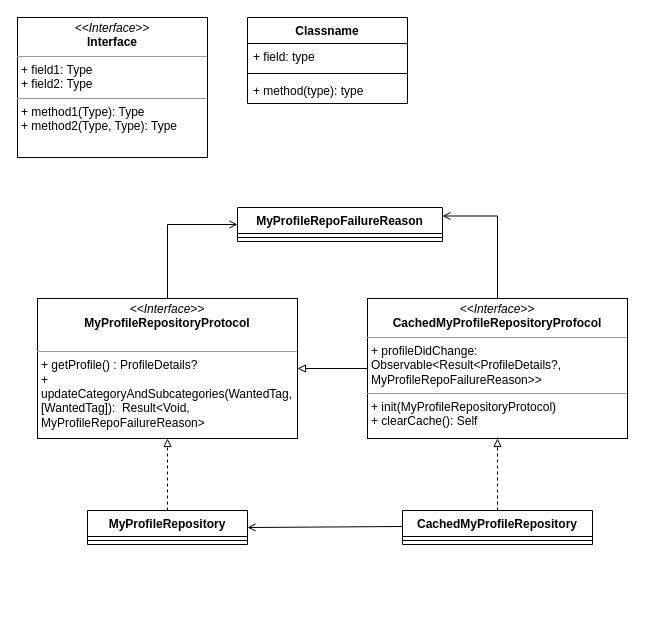
gookhee/diagrams keeps this draw.io diagram as page "MyProfileRepository" (2 of 2) of Untitled Diagram.drawio. Above is the earlier version. Source tidied: cells renumbered, new cells numbered last; positions are measured from the earlier drawing's top-left corner, leaving out a move shared by most shapes. Both pictures are drawn from the tidied source at 100%, with x=0, y=0 at pixel (17, 17).
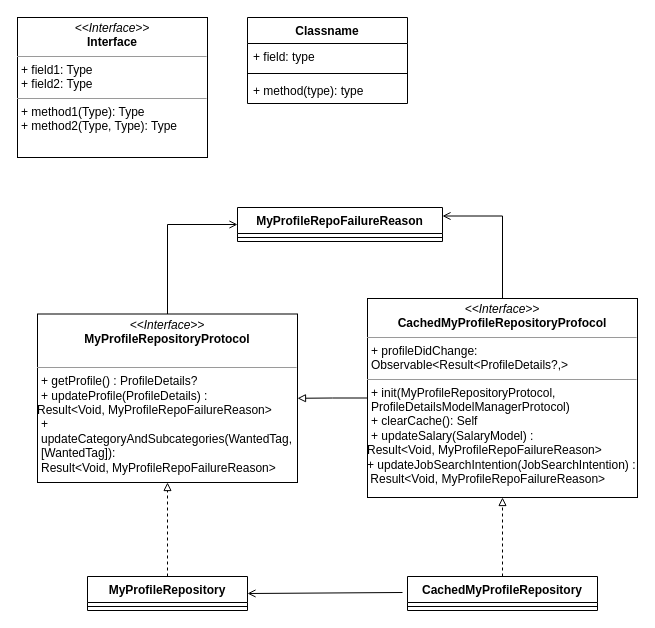
The same diagram, later.

What changed in the source:
```diff
@@
-    <mxCell id="8" value="&lt;p style=&quot;margin:0px;margin-top:4px;text-align:center;&quot;&gt;&lt;i&gt;&amp;lt;&amp;lt;Interface&amp;gt;&amp;gt;&lt;/i&gt;&lt;br&gt;&lt;b&gt;MyProfileRepositoryProtocol&lt;/b&gt;&lt;/p&gt;&lt;p style=&quot;margin:0px;margin-left:4px;&quot;&gt;&lt;br&gt;&lt;/p&gt;&lt;hr size=&quot;1&quot;&gt;&lt;p style=&quot;margin:0px;margin-left:4px;&quot;&gt;+ getProfile() : ProfileDetails?&lt;br&gt;+ updateCategoryAndSubcategories(WantedTag, [WantedTag]):&amp;nbsp; Result&amp;lt;Void, MyProfileRepoFailureReason&amp;gt;&lt;/p&gt;" style="verticalAlign=top;align=left;overflow=fill;fontSize=12;fontFamily=Helvetica;html=1;whiteSpace=wrap;" parent="1" vertex="1">
-      <mxGeometry x="20" y="281" width="260" height="140" as="geometry" />
+    <mxCell id="8" value="&lt;p style=&quot;margin:0px;margin-top:4px;text-align:center;&quot;&gt;&lt;i&gt;&amp;lt;&amp;lt;Interface&amp;gt;&amp;gt;&lt;/i&gt;&lt;br&gt;&lt;b&gt;MyProfileRepositoryProtocol&lt;/b&gt;&lt;/p&gt;&lt;p style=&quot;margin:0px;margin-left:4px;&quot;&gt;&lt;br&gt;&lt;/p&gt;&lt;hr size=&quot;1&quot;&gt;&lt;p style=&quot;margin:0px;margin-left:4px;&quot;&gt;+ getProfile() : ProfileDetails?&lt;/p&gt;&lt;p style=&quot;margin:0px;margin-left:4px;&quot;&gt;+ updateProfile(ProfileDetails) :&lt;/p&gt;Result&amp;lt;Void, MyProfileRepoFailureReason&amp;gt;&lt;br&gt;&lt;p style=&quot;margin:0px;margin-left:4px;&quot;&gt;+ updateCategoryAndSubcategories(WantedTag, [WantedTag]):&amp;nbsp;&amp;nbsp;&lt;/p&gt;&lt;p style=&quot;margin:0px;margin-left:4px;&quot;&gt;Result&amp;lt;Void, MyProfileRepoFailureReason&amp;gt;&lt;/p&gt;" style="verticalAlign=top;align=left;overflow=fill;fontSize=12;fontFamily=Helvetica;html=1;whiteSpace=wrap;" parent="1" vertex="1">
+      <mxGeometry x="20" y="296.5" width="260" height="168.5" as="geometry" />
     </mxCell>
@@
-    <mxCell id="11" value="&lt;p style=&quot;margin:0px;margin-top:4px;text-align:center;&quot;&gt;&lt;i&gt;&amp;lt;&amp;lt;Interface&amp;gt;&amp;gt;&lt;/i&gt;&lt;br&gt;&lt;b&gt;CachedMyProfileRepositoryProfocol&lt;/b&gt;&lt;/p&gt;&lt;hr size=&quot;1&quot;&gt;&lt;p style=&quot;margin:0px;margin-left:4px;&quot;&gt;+ profileDidChange: Observable&amp;lt;Result&amp;lt;ProfileDetails?, MyProfileRepoFailureReason&amp;gt;&amp;gt;&lt;br&gt;&lt;/p&gt;&lt;hr size=&quot;1&quot;&gt;&lt;p style=&quot;margin:0px;margin-left:4px;&quot;&gt;+ init(MyProfileRepositoryProtocol)&lt;br&gt;+ clearCache(): Self&lt;/p&gt;" style="verticalAlign=top;align=left;overflow=fill;fontSize=12;fontFamily=Helvetica;html=1;whiteSpace=wrap;" parent="1" vertex="1">
-      <mxGeometry x="350" y="281" width="260" height="140" as="geometry" />
+    <mxCell id="11" value="&lt;p style=&quot;margin:0px;margin-top:4px;text-align:center;&quot;&gt;&lt;i&gt;&amp;lt;&amp;lt;Interface&amp;gt;&amp;gt;&lt;/i&gt;&lt;br&gt;&lt;b&gt;CachedMyProfileRepositoryProfocol&lt;/b&gt;&lt;/p&gt;&lt;hr size=&quot;1&quot;&gt;&lt;p style=&quot;margin:0px;margin-left:4px;&quot;&gt;+ profileDidChange: Observable&amp;lt;Result&amp;lt;ProfileDetails?,&amp;gt;&lt;br&gt;&lt;/p&gt;&lt;hr size=&quot;1&quot;&gt;&lt;p style=&quot;margin:0px;margin-left:4px;&quot;&gt;+ init(MyProfileRepositoryProtocol,&lt;/p&gt;&lt;p style=&quot;margin:0px;margin-left:4px;&quot;&gt;ProfileDetailsModelManagerProtocol)&lt;br&gt;+ clearCache(): Self&lt;/p&gt;&lt;p style=&quot;margin:0px;margin-left:4px;&quot;&gt;+&amp;nbsp;updateSalary(SalaryModel) :&lt;/p&gt;Result&amp;lt;Void, MyProfileRepoFailureReason&amp;gt;&lt;br&gt;+&amp;nbsp;updateJobSearchIntention(JobSearchIntention) :&lt;br&gt;&amp;nbsp;Result&amp;lt;Void, MyProfileRepoFailureReason&amp;gt;" style="verticalAlign=top;align=left;overflow=fill;fontSize=12;fontFamily=Helvetica;html=1;whiteSpace=wrap;" parent="1" vertex="1">
+      <mxGeometry x="350" y="281" width="270" height="199" as="geometry" />
     </mxCell>
@@
     <mxCell id="13" value="MyProfileRepository" style="swimlane;fontStyle=1;align=center;verticalAlign=top;horizontal=1;startSize=26;whiteSpace=wrap;html=1;" parent="1" vertex="1">
-      <mxGeometry x="70" y="493" width="160" height="34" as="geometry" />
+      <mxGeometry x="70" y="559" width="160" height="34" as="geometry" />
     </mxCell>
@@
     <mxCell id="16" value="CachedMyProfileRepository" style="swimlane;fontStyle=1;align=center;verticalAlign=top;horizontal=1;startSize=26;whiteSpace=wrap;html=1;" parent="1" vertex="1">
-      <mxGeometry x="385" y="493" width="190" height="34" as="geometry" />
+      <mxGeometry x="390" y="559" width="190" height="34" as="geometry" />
     </mxCell>
@@
     <mxCell id="18" style="edgeStyle=orthogonalEdgeStyle;rounded=0;jettySize=auto;html=1;entryX=1;entryY=0.5;entryDx=0;entryDy=0;endArrow=open;endFill=0;" parent="1" edge="1" target="13">
       <mxGeometry relative="1" as="geometry">
-        <mxPoint x="385" y="509" as="sourcePoint" />
+        <mxPoint x="385" y="575" as="sourcePoint" />
       </mxGeometry>
     </mxCell>
```
